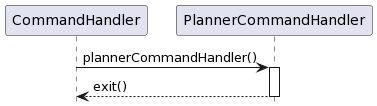
Above: docs/UML/Images/PlannerCommandHandler.png in nus-cs2113-AY2223S2/tp (PlantUML), before the change. Its source is kept beside it as docs/UML/PlannerCommandHandler.puml. Its diagram source:
```plantuml
@startuml
hidefootbox
CommandHandler -> PlannerCommandHandler: plannerCommandHandler()
activate PlannerCommandHandler
PlannerCommandHandler-->CommandHandler: exit()
deactivate PlannerCommandHandler
@enduml
```
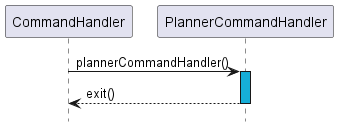
Later version of the same file.

What changed in the source:
```diff
@@ -1,7 +1,8 @@
 @startuml
 hidefootbox
+!include style.puml
 CommandHandler -> PlannerCommandHandler: plannerCommandHandler()
-activate PlannerCommandHandler
+activate PlannerCommandHandler SEA
 PlannerCommandHandler-->CommandHandler: exit()
 deactivate PlannerCommandHandler
 @enduml
```
